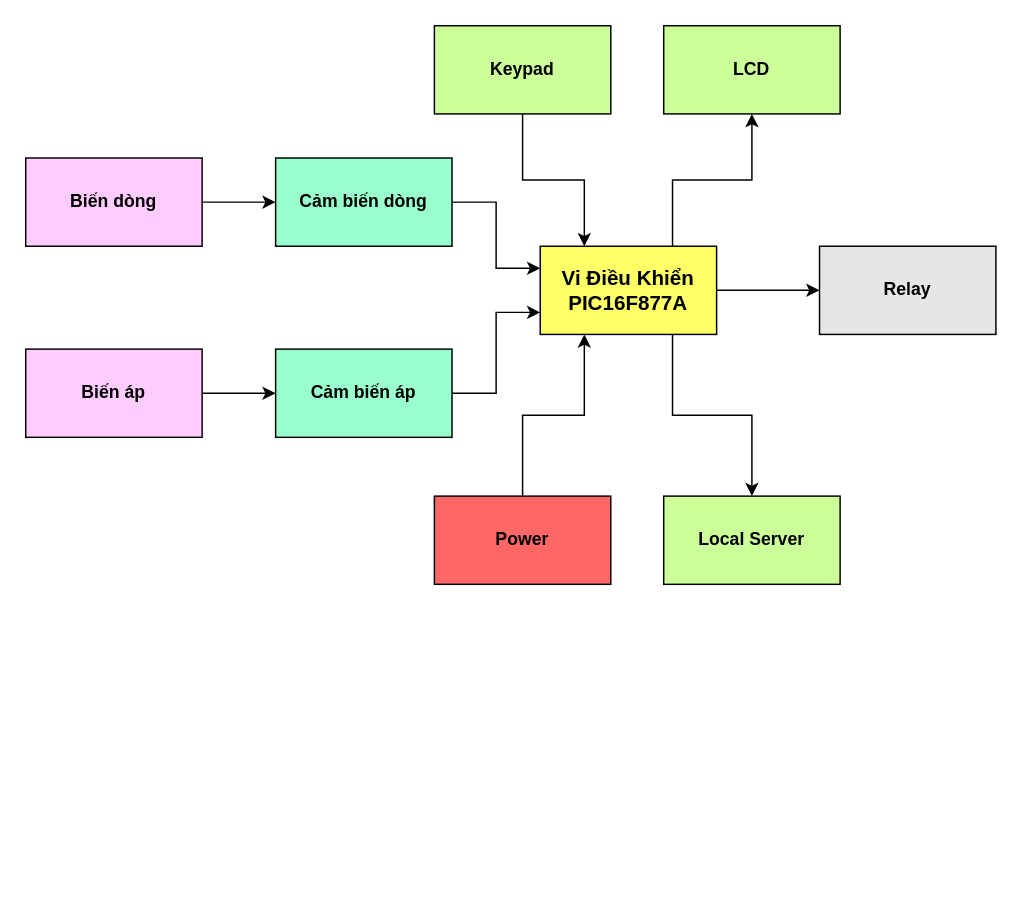
Before: page "Block Diagram" (1 of 2) of Report/Diagram/Diagram.drawio in huyle1998/DAKT3, a draw.io diagram. Source tidied: cells renumbered, new cells numbered last; positions are measured from the earlier drawing's top-left corner, leaving out a move shared by most shapes. Both pictures are drawn from the tidied source at 147%, with x=0, y=0 at pixel (25, 25).
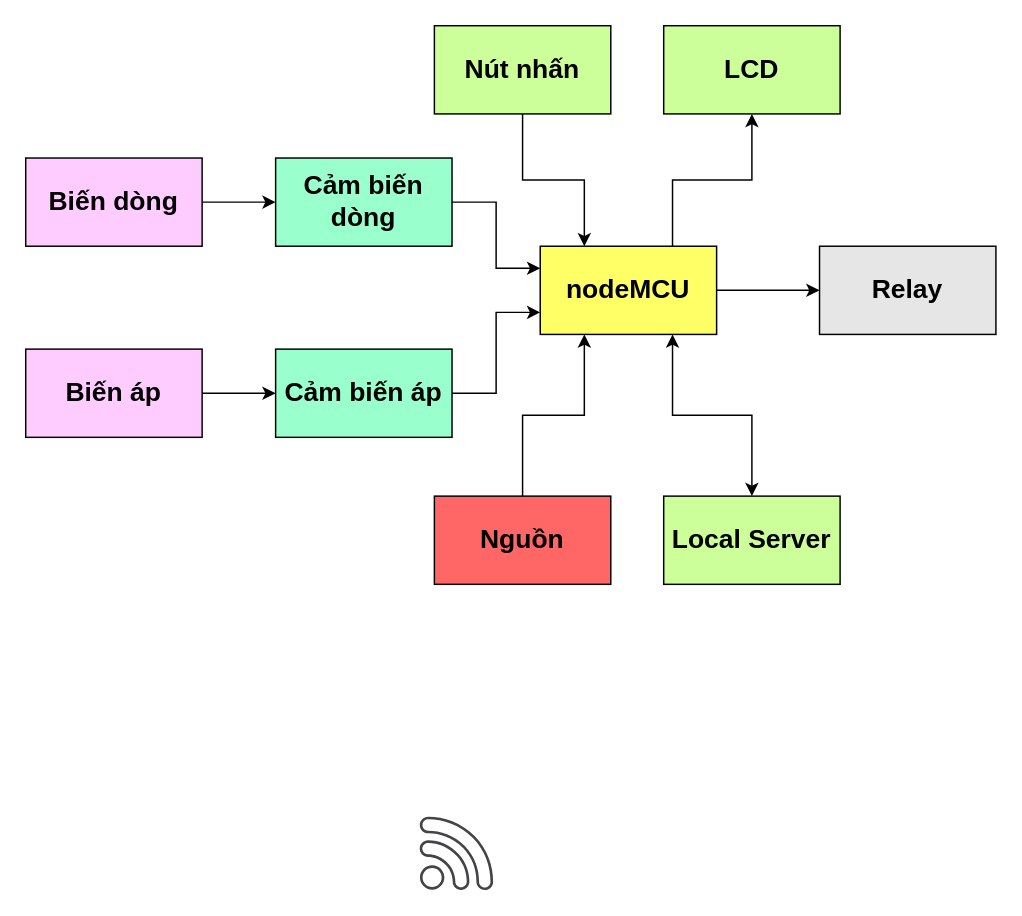
The same page after the edit.

The edit, as a diff of the source:
```diff
@@
-    <mxCell id="4" style="edgeStyle=orthogonalEdgeStyle;rounded=0;jettySize=auto;html=1;exitX=0.75;exitY=1;exitDx=0;exitDy=0;entryX=0.5;entryY=0;entryDx=0;entryDy=0;" parent="1" edge="1" source="5" target="18">
+    <mxCell id="4" style="edgeStyle=orthogonalEdgeStyle;rounded=0;jettySize=auto;html=1;exitX=0.75;exitY=1;exitDx=0;exitDy=0;entryX=0.5;entryY=0;entryDx=0;entryDy=0;startArrow=classic;startFill=1;" parent="1" edge="1" source="5" target="18">
       <mxGeometry relative="1" as="geometry" />
     </mxCell>
-    <mxCell id="5" value="&lt;font style=&quot;font-size: 14px&quot;&gt;&lt;b&gt;Vi Điều Khiển&lt;br&gt;PIC16F877A&lt;/b&gt;&lt;/font&gt;" style="rounded=0;whiteSpace=wrap;html=1;fillColor=#FFFF66;" parent="1" vertex="1">
+    <mxCell id="5" value="&lt;b&gt;&lt;font style=&quot;font-size: 18px&quot;&gt;nodeMCU&lt;/font&gt;&lt;/b&gt;" style="rounded=0;whiteSpace=wrap;html=1;fillColor=#FFFF66;" parent="1" vertex="1">
       <mxGeometry x="350" y="150" width="120" height="60" as="geometry" />
     </mxCell>
-    <mxCell id="6" value="&lt;b&gt;Relay&lt;/b&gt;" style="rounded=0;whiteSpace=wrap;html=1;fillColor=#E6E6E6;" parent="1" vertex="1">
+    <mxCell id="6" value="&lt;b&gt;&lt;font style=&quot;font-size: 18px&quot;&gt;Relay&lt;/font&gt;&lt;/b&gt;" style="rounded=0;whiteSpace=wrap;html=1;fillColor=#E6E6E6;" parent="1" vertex="1">
       <mxGeometry x="540" y="150" width="120" height="60" as="geometry" />
     </mxCell>
@@
-    <mxCell id="8" value="&lt;b&gt;Keypad&lt;/b&gt;" style="rounded=0;whiteSpace=wrap;html=1;fillColor=#CCFF99;" parent="1" vertex="1">
+    <mxCell id="8" value="&lt;b&gt;&lt;font style=&quot;font-size: 18px&quot;&gt;Nút nhấn&lt;/font&gt;&lt;/b&gt;" style="rounded=0;whiteSpace=wrap;html=1;fillColor=#CCFF99;" parent="1" vertex="1">
       <mxGeometry x="278" width="120" height="60" as="geometry" />
     </mxCell>
@@
-    <mxCell id="10" value="&lt;b&gt;Cảm biến dòng&lt;/b&gt;" style="rounded=0;whiteSpace=wrap;html=1;fillColor=#99FFCC;" parent="1" vertex="1">
+    <mxCell id="10" value="&lt;b&gt;&lt;font style=&quot;font-size: 18px&quot;&gt;Cảm biến dòng&lt;/font&gt;&lt;/b&gt;" style="rounded=0;whiteSpace=wrap;html=1;fillColor=#99FFCC;" parent="1" vertex="1">
       <mxGeometry x="170" y="90" width="120" height="60" as="geometry" />
     </mxCell>
@@
-    <mxCell id="12" value="&lt;b&gt;Cảm biến áp&lt;/b&gt;" style="rounded=0;whiteSpace=wrap;html=1;fillColor=#99FFCC;" parent="1" vertex="1">
+    <mxCell id="12" value="&lt;b&gt;&lt;font style=&quot;font-size: 18px&quot;&gt;Cảm biến áp&lt;/font&gt;&lt;/b&gt;" style="rounded=0;whiteSpace=wrap;html=1;fillColor=#99FFCC;" parent="1" vertex="1">
       <mxGeometry x="170" y="220" width="120" height="60" as="geometry" />
     </mxCell>
@@
-    <mxCell id="14" value="&lt;b&gt;Biến dòng&lt;/b&gt;" style="rounded=0;whiteSpace=wrap;html=1;fillColor=#FFCCFF;" parent="1" vertex="1">
+    <mxCell id="14" value="&lt;b&gt;&lt;font style=&quot;font-size: 18px&quot;&gt;Biến dòng&lt;/font&gt;&lt;/b&gt;" style="rounded=0;whiteSpace=wrap;html=1;fillColor=#FFCCFF;" parent="1" vertex="1">
       <mxGeometry y="90" width="120" height="60" as="geometry" />
     </mxCell>
@@
-    <mxCell id="16" value="&lt;b&gt;Biến áp&lt;/b&gt;" style="rounded=0;whiteSpace=wrap;html=1;fillColor=#FFCCFF;" parent="1" vertex="1">
+    <mxCell id="16" value="&lt;b&gt;&lt;font style=&quot;font-size: 18px&quot;&gt;Biến áp&lt;/font&gt;&lt;/b&gt;" style="rounded=0;whiteSpace=wrap;html=1;fillColor=#FFCCFF;" parent="1" vertex="1">
       <mxGeometry y="220" width="120" height="60" as="geometry" />
     </mxCell>
-    <mxCell id="17" value="&lt;b&gt;LCD&lt;/b&gt;" style="rounded=0;whiteSpace=wrap;html=1;fillColor=#CCFF99;" parent="1" vertex="1">
+    <mxCell id="17" value="&lt;b&gt;&lt;font style=&quot;font-size: 18px&quot;&gt;LCD&lt;/font&gt;&lt;/b&gt;" style="rounded=0;whiteSpace=wrap;html=1;fillColor=#CCFF99;" parent="1" vertex="1">
       <mxGeometry x="434" width="120" height="60" as="geometry" />
     </mxCell>
-    <mxCell id="18" value="&lt;b&gt;Local Server&lt;/b&gt;" style="rounded=0;whiteSpace=wrap;html=1;fillColor=#CCFF99;" parent="1" vertex="1">
+    <mxCell id="18" value="&lt;b&gt;&lt;font style=&quot;font-size: 18px&quot;&gt;Local Server&lt;/font&gt;&lt;/b&gt;" style="rounded=0;whiteSpace=wrap;html=1;fillColor=#CCFF99;" parent="1" vertex="1">
       <mxGeometry x="434" y="320" width="120" height="60" as="geometry" />
     </mxCell>
@@
-    <mxCell id="20" value="&lt;b&gt;Power&lt;/b&gt;" style="rounded=0;whiteSpace=wrap;html=1;fillColor=#FF6666;" parent="1" vertex="1">
+    <mxCell id="20" value="&lt;b&gt;&lt;font style=&quot;font-size: 18px&quot;&gt;Nguồn&lt;/font&gt;&lt;/b&gt;" style="rounded=0;whiteSpace=wrap;html=1;fillColor=#FF6666;" parent="1" vertex="1">
       <mxGeometry x="278" y="320" width="120" height="60" as="geometry" />
     </mxCell>
+    <mxCell id="21" style="shadow=0;dashed=0;html=1;strokeColor=none;fillColor=#434445;labelPosition=center;verticalLabelPosition=bottom;verticalAlign=top;align=center;shape=mxgraph.vvd.wi_fi;" parent="1" vertex="1">
+      <mxGeometry x="268" y="538" width="50" height="50" as="geometry" />
+    </mxCell>
```
